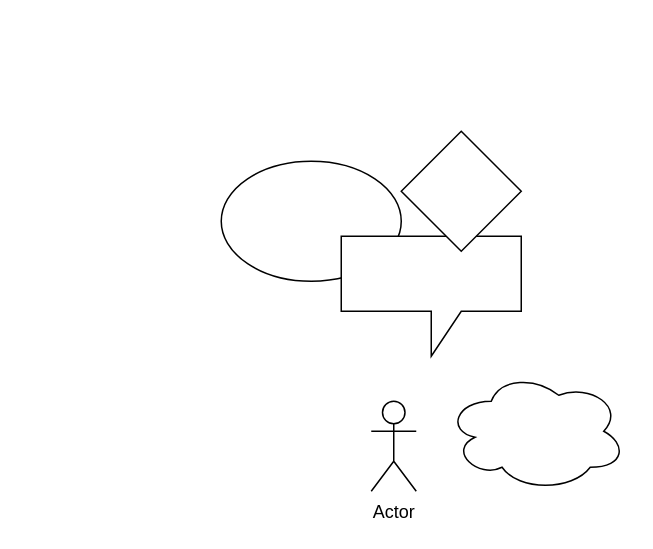
Above: Untitled Diagram.drawio in yukito/misc (draw.io), before the change. Source tidied: cells renumbered, new cells numbered last; positions are measured from the earlier drawing's top-left corner, leaving out a move shared by most shapes. Both pictures are drawn from the tidied source at 150%, with x=0, y=0 at pixel (220, 130). Pictures stored in the file or linked from it are replaced by grey dashed boxes.
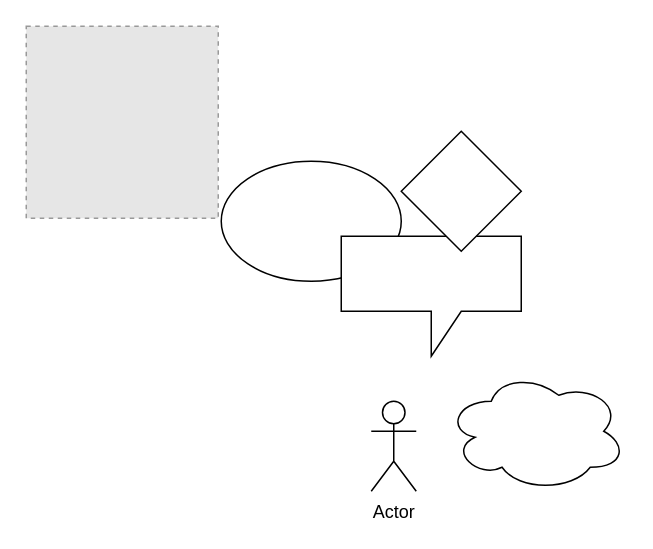
The same page after the edit.

The edit, as a diff of the source:
```diff
@@
 <mxGraphModel>
   <root>
     <mxCell id="0" />
     <mxCell id="1" parent="0" />
     <mxCell id="2" style="ellipse;whiteSpace=wrap;html=1;" parent="1" vertex="1">
       <mxGeometry y="20" width="120" height="80" as="geometry" />
     </mxCell>
     <mxCell id="3" style="shape=callout;whiteSpace=wrap;html=1;perimeter=calloutPerimeter;" parent="1" vertex="1">
       <mxGeometry x="80" y="70" width="120" height="80" as="geometry" />
     </mxCell>
     <mxCell id="4" style="rhombus;whiteSpace=wrap;html=1;" parent="1" vertex="1">
       <mxGeometry x="120" width="80" height="80" as="geometry" />
     </mxCell>
     <mxCell id="5" parent="0" />
     <mxCell id="6" style="ellipse;shape=cloud;whiteSpace=wrap;html=1;" parent="5" vertex="1">
       <mxGeometry x="150" y="160" width="120" height="80" as="geometry" />
     </mxCell>
     <mxCell id="7" value="Actor" style="shape=umlActor;verticalLabelPosition=bottom;verticalAlign=top;html=1;" parent="5" vertex="1">
       <mxGeometry x="100" y="180" width="30" height="60" as="geometry" />
     </mxCell>
+    <mxCell id="8" style="fillColor=#E6E6E6;strokeColor=#999999;dashed=1;verticalLabelPosition=bottom;labelBackgroundColor=#ffffff;verticalAlign=top;" parent="5" vertex="1">
+      <mxGeometry x="-130" y="-70" width="128" height="128" as="geometry" />
+    </mxCell>
   </root>
 </mxGraphModel>
```
